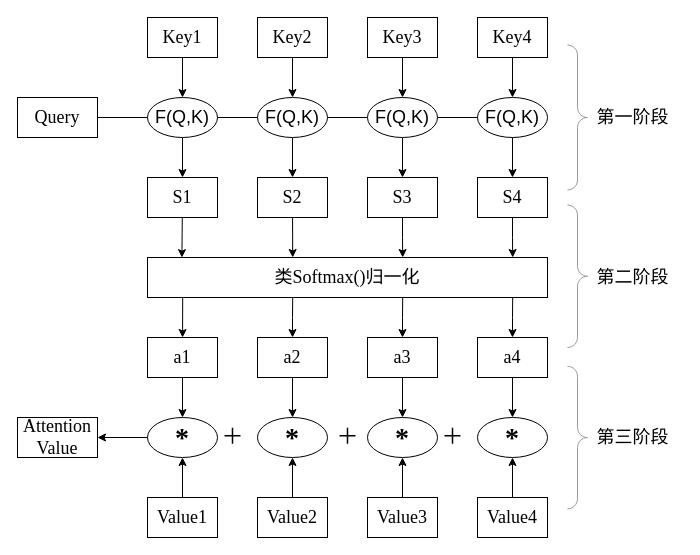
Before: 注意力机制.drawio in Abccccd/-2, a draw.io diagram. Source tidied: cells renumbered, new cells numbered last; positions are measured from the earlier drawing's top-left corner, leaving out a move shared by most shapes. Both pictures are drawn from the tidied source at 100%, with x=0, y=0 at pixel (17, 17).
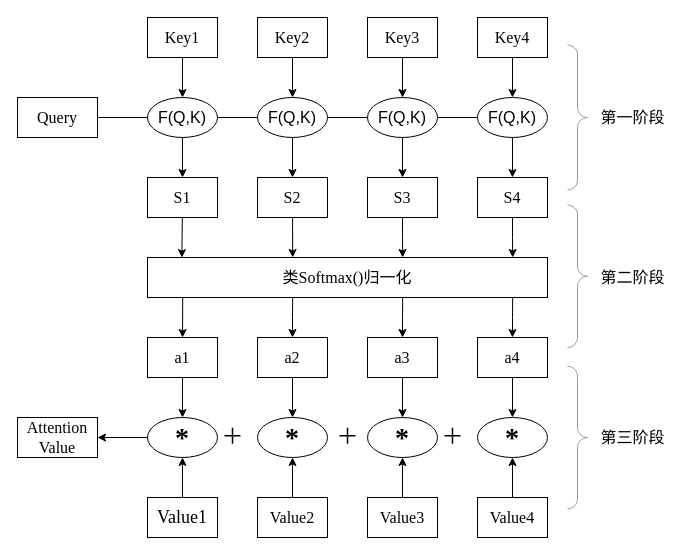
The same page after the edit.

Commit message (it also covers changes not shown here):
注意力机制.drawio

Change to the diagram source:
```diff
@@
-    <mxCell id="2" value="&lt;font face=&quot;Times New Roman&quot; style=&quot;font-size: 18px;&quot;&gt;Query&lt;/font&gt;" style="rounded=0;whiteSpace=wrap;html=1;" parent="1" vertex="1">
+    <mxCell id="2" value="&lt;font face=&quot;Times New Roman&quot; style=&quot;font-size: 16px;&quot;&gt;Query&lt;/font&gt;" style="rounded=0;whiteSpace=wrap;html=1;" parent="1" vertex="1">
       <mxGeometry y="80" width="80" height="40" as="geometry" />
     </mxCell>
-    <mxCell id="3" value="&lt;font face=&quot;Times New Roman&quot; style=&quot;font-size: 18px;&quot;&gt;Key1&lt;/font&gt;" style="rounded=0;whiteSpace=wrap;html=1;" parent="1" vertex="1">
+    <mxCell id="3" value="&lt;font face=&quot;Times New Roman&quot; style=&quot;font-size: 16px;&quot;&gt;Key1&lt;/font&gt;" style="rounded=0;whiteSpace=wrap;html=1;" parent="1" vertex="1">
       <mxGeometry x="130" width="70" height="40" as="geometry" />
     </mxCell>
-    <mxCell id="4" value="&lt;font face=&quot;Times New Roman&quot; style=&quot;font-size: 18px;&quot;&gt;Key2&lt;/font&gt;" style="rounded=0;whiteSpace=wrap;html=1;" parent="1" vertex="1">
+    <mxCell id="4" value="&lt;font face=&quot;Times New Roman&quot; style=&quot;font-size: 16px;&quot;&gt;Key2&lt;/font&gt;" style="rounded=0;whiteSpace=wrap;html=1;" parent="1" vertex="1">
       <mxGeometry x="240" width="70" height="40" as="geometry" />
     </mxCell>
-    <mxCell id="5" value="&lt;font face=&quot;Times New Roman&quot; style=&quot;font-size: 18px;&quot;&gt;Key3&lt;/font&gt;" style="rounded=0;whiteSpace=wrap;html=1;" parent="1" vertex="1">
+    <mxCell id="5" value="&lt;font face=&quot;Times New Roman&quot; style=&quot;font-size: 16px;&quot;&gt;Key3&lt;/font&gt;" style="rounded=0;whiteSpace=wrap;html=1;" parent="1" vertex="1">
       <mxGeometry x="350" width="70" height="40" as="geometry" />
     </mxCell>
-    <mxCell id="6" value="&lt;font face=&quot;Times New Roman&quot; style=&quot;font-size: 18px;&quot;&gt;Key4&lt;/font&gt;" style="rounded=0;whiteSpace=wrap;html=1;" parent="1" vertex="1">
+    <mxCell id="6" value="&lt;font face=&quot;Times New Roman&quot; style=&quot;font-size: 16px;&quot;&gt;Key4&lt;/font&gt;" style="rounded=0;whiteSpace=wrap;html=1;" parent="1" vertex="1">
       <mxGeometry x="460" width="70" height="40" as="geometry" />
     </mxCell>
@@
-    <mxCell id="8" value="&lt;font style=&quot;font-size: 18px;&quot;&gt;F(Q,K)&lt;/font&gt;" style="strokeWidth=1;html=1;shape=mxgraph.flowchart.start_1;whiteSpace=wrap;" parent="1" vertex="1">
+    <mxCell id="8" value="&lt;font style=&quot;font-size: 16px;&quot;&gt;F(Q,K)&lt;/font&gt;" style="strokeWidth=1;html=1;shape=mxgraph.flowchart.start_1;whiteSpace=wrap;" parent="1" vertex="1">
       <mxGeometry x="130" y="80" width="70" height="40" as="geometry" />
     </mxCell>
@@
-    <mxCell id="10" value="&lt;font style=&quot;font-size: 18px;&quot;&gt;F(Q,K)&lt;/font&gt;" style="strokeWidth=1;html=1;shape=mxgraph.flowchart.start_1;whiteSpace=wrap;" parent="1" vertex="1">
+    <mxCell id="10" value="&lt;font style=&quot;font-size: 16px;&quot;&gt;F(Q,K)&lt;/font&gt;" style="strokeWidth=1;html=1;shape=mxgraph.flowchart.start_1;whiteSpace=wrap;" parent="1" vertex="1">
       <mxGeometry x="240" y="80" width="70" height="40" as="geometry" />
     </mxCell>
@@
-    <mxCell id="12" value="&lt;font style=&quot;font-size: 18px;&quot;&gt;F(Q,K)&lt;/font&gt;" style="strokeWidth=1;html=1;shape=mxgraph.flowchart.start_1;whiteSpace=wrap;" parent="1" vertex="1">
+    <mxCell id="12" value="&lt;font style=&quot;font-size: 16px;&quot;&gt;F(Q,K)&lt;/font&gt;" style="strokeWidth=1;html=1;shape=mxgraph.flowchart.start_1;whiteSpace=wrap;" parent="1" vertex="1">
       <mxGeometry x="350" y="80" width="70" height="40" as="geometry" />
     </mxCell>
@@
-    <mxCell id="14" value="&lt;font style=&quot;font-size: 18px;&quot;&gt;F(Q,K)&lt;/font&gt;" style="strokeWidth=1;html=1;shape=mxgraph.flowchart.start_1;whiteSpace=wrap;" parent="1" vertex="1">
+    <mxCell id="14" value="&lt;font style=&quot;font-size: 16px;&quot;&gt;F(Q,K)&lt;/font&gt;" style="strokeWidth=1;html=1;shape=mxgraph.flowchart.start_1;whiteSpace=wrap;" parent="1" vertex="1">
       <mxGeometry x="460" y="80" width="70" height="40" as="geometry" />
     </mxCell>
-    <mxCell id="15" value="&lt;font face=&quot;Times New Roman&quot; style=&quot;font-size: 18px;&quot;&gt;S1&lt;/font&gt;" style="rounded=0;whiteSpace=wrap;html=1;" parent="1" vertex="1">
+    <mxCell id="15" value="&lt;font face=&quot;Times New Roman&quot; style=&quot;font-size: 16px;&quot;&gt;S1&lt;/font&gt;" style="rounded=0;whiteSpace=wrap;html=1;" parent="1" vertex="1">
       <mxGeometry x="130" y="160" width="70" height="40" as="geometry" />
     </mxCell>
-    <mxCell id="16" value="&lt;font face=&quot;Times New Roman&quot; style=&quot;font-size: 18px;&quot;&gt;S2&lt;/font&gt;" style="rounded=0;whiteSpace=wrap;html=1;" parent="1" vertex="1">
+    <mxCell id="16" value="&lt;font face=&quot;Times New Roman&quot; style=&quot;font-size: 16px;&quot;&gt;S2&lt;/font&gt;" style="rounded=0;whiteSpace=wrap;html=1;" parent="1" vertex="1">
       <mxGeometry x="240" y="160" width="70" height="40" as="geometry" />
     </mxCell>
-    <mxCell id="17" value="&lt;font face=&quot;Times New Roman&quot; style=&quot;font-size: 18px;&quot;&gt;S3&lt;/font&gt;" style="rounded=0;whiteSpace=wrap;html=1;" parent="1" vertex="1">
+    <mxCell id="17" value="&lt;font face=&quot;Times New Roman&quot; style=&quot;font-size: 16px;&quot;&gt;S3&lt;/font&gt;" style="rounded=0;whiteSpace=wrap;html=1;" parent="1" vertex="1">
       <mxGeometry x="350" y="160" width="70" height="40" as="geometry" />
     </mxCell>
-    <mxCell id="18" value="&lt;font face=&quot;Times New Roman&quot; style=&quot;font-size: 18px;&quot;&gt;S4&lt;/font&gt;" style="rounded=0;whiteSpace=wrap;html=1;" parent="1" vertex="1">
+    <mxCell id="18" value="&lt;font face=&quot;Times New Roman&quot; style=&quot;font-size: 16px;&quot;&gt;S4&lt;/font&gt;" style="rounded=0;whiteSpace=wrap;html=1;" parent="1" vertex="1">
       <mxGeometry x="460" y="160" width="70" height="40" as="geometry" />
     </mxCell>
-    <mxCell id="19" value="&lt;font face=&quot;Times New Roman&quot; style=&quot;font-size: 18px;&quot;&gt;类Softmax()归一化&lt;/font&gt;" style="rounded=0;whiteSpace=wrap;html=1;" parent="1" vertex="1">
+    <mxCell id="19" value="&lt;font face=&quot;Times New Roman&quot; style=&quot;font-size: 16px;&quot;&gt;类Softmax()归一化&lt;/font&gt;" style="rounded=0;whiteSpace=wrap;html=1;" parent="1" vertex="1">
       <mxGeometry x="130" y="240" width="400" height="40" as="geometry" />
     </mxCell>
-    <mxCell id="20" value="&lt;font face=&quot;Times New Roman&quot; style=&quot;font-size: 18px;&quot;&gt;a1&lt;/font&gt;" style="rounded=0;whiteSpace=wrap;html=1;" parent="1" vertex="1">
+    <mxCell id="20" value="&lt;font face=&quot;Times New Roman&quot; style=&quot;font-size: 16px;&quot;&gt;a1&lt;/font&gt;" style="rounded=0;whiteSpace=wrap;html=1;" parent="1" vertex="1">
       <mxGeometry x="130" y="320" width="70" height="40" as="geometry" />
     </mxCell>
-    <mxCell id="21" value="&lt;font face=&quot;Times New Roman&quot; style=&quot;font-size: 18px;&quot;&gt;a2&lt;/font&gt;" style="rounded=0;whiteSpace=wrap;html=1;" parent="1" vertex="1">
+    <mxCell id="21" value="&lt;font face=&quot;Times New Roman&quot; style=&quot;font-size: 16px;&quot;&gt;a2&lt;/font&gt;" style="rounded=0;whiteSpace=wrap;html=1;" parent="1" vertex="1">
       <mxGeometry x="240" y="320" width="70" height="40" as="geometry" />
     </mxCell>
-    <mxCell id="22" value="&lt;font face=&quot;Times New Roman&quot; style=&quot;font-size: 18px;&quot;&gt;a3&lt;/font&gt;" style="rounded=0;whiteSpace=wrap;html=1;" parent="1" vertex="1">
+    <mxCell id="22" value="&lt;font face=&quot;Times New Roman&quot; style=&quot;font-size: 16px;&quot;&gt;a3&lt;/font&gt;" style="rounded=0;whiteSpace=wrap;html=1;" parent="1" vertex="1">
       <mxGeometry x="350" y="320" width="70" height="40" as="geometry" />
     </mxCell>
-    <mxCell id="23" value="&lt;font face=&quot;Times New Roman&quot; style=&quot;font-size: 18px;&quot;&gt;a4&lt;/font&gt;" style="rounded=0;whiteSpace=wrap;html=1;" parent="1" vertex="1">
+    <mxCell id="23" value="&lt;font face=&quot;Times New Roman&quot; style=&quot;font-size: 16px;&quot;&gt;a4&lt;/font&gt;" style="rounded=0;whiteSpace=wrap;html=1;" parent="1" vertex="1">
       <mxGeometry x="460" y="320" width="70" height="40" as="geometry" />
     </mxCell>
@@
-    <mxCell id="29" value="&lt;font face=&quot;Times New Roman&quot; style=&quot;font-size: 18px;&quot;&gt;Value2&lt;/font&gt;" style="rounded=0;whiteSpace=wrap;html=1;" parent="1" vertex="1">
+    <mxCell id="29" value="&lt;font face=&quot;Times New Roman&quot; style=&quot;font-size: 16px;&quot;&gt;Value2&lt;/font&gt;" style="rounded=0;whiteSpace=wrap;html=1;" parent="1" vertex="1">
       <mxGeometry x="240" y="480" width="70" height="40" as="geometry" />
     </mxCell>
-    <mxCell id="30" value="&lt;font face=&quot;Times New Roman&quot; style=&quot;font-size: 18px;&quot;&gt;Value3&lt;/font&gt;" style="rounded=0;whiteSpace=wrap;html=1;" parent="1" vertex="1">
+    <mxCell id="30" value="&lt;font face=&quot;Times New Roman&quot; style=&quot;font-size: 16px;&quot;&gt;Value3&lt;/font&gt;" style="rounded=0;whiteSpace=wrap;html=1;" parent="1" vertex="1">
       <mxGeometry x="350" y="480" width="70" height="40" as="geometry" />
     </mxCell>
-    <mxCell id="31" value="&lt;font face=&quot;Times New Roman&quot; style=&quot;font-size: 18px;&quot;&gt;Value4&lt;/font&gt;" style="rounded=0;whiteSpace=wrap;html=1;" parent="1" vertex="1">
+    <mxCell id="31" value="&lt;font face=&quot;Times New Roman&quot; style=&quot;font-size: 16px;&quot;&gt;Value4&lt;/font&gt;" style="rounded=0;whiteSpace=wrap;html=1;" parent="1" vertex="1">
       <mxGeometry x="460" y="480" width="70" height="40" as="geometry" />
     </mxCell>
@@
-    <mxCell id="33" value="&lt;font face=&quot;Times New Roman&quot; style=&quot;font-size: 18px;&quot;&gt;Attention&lt;/font&gt;&lt;div&gt;&lt;font face=&quot;Times New Roman&quot; style=&quot;font-size: 18px;&quot;&gt;Value&lt;/font&gt;&lt;/div&gt;" style="rounded=0;whiteSpace=wrap;html=1;" parent="1" vertex="1">
+    <mxCell id="33" value="&lt;font face=&quot;Times New Roman&quot; style=&quot;font-size: 16px;&quot;&gt;Attention&lt;/font&gt;&lt;div&gt;&lt;font face=&quot;Times New Roman&quot; style=&quot;font-size: 16px;&quot;&gt;Value&lt;/font&gt;&lt;/div&gt;" style="rounded=0;whiteSpace=wrap;html=1;" parent="1" vertex="1">
       <mxGeometry y="400" width="80" height="40" as="geometry" />
     </mxCell>
@@
-    <mxCell id="37" value="&lt;font style=&quot;font-size: 18px;&quot;&gt;第一阶段&lt;/font&gt;" style="text;html=1;align=center;verticalAlign=middle;strokeColor=none;fillColor=none;" parent="1" vertex="1">
-      <mxGeometry x="565" y="80" width="100" height="40" as="geometry" />
+    <mxCell id="37" value="&lt;font style=&quot;font-size: 16px;&quot;&gt;第一阶段&lt;/font&gt;" style="text;html=1;align=center;verticalAlign=middle;strokeColor=none;fillColor=none;" parent="1" vertex="1">
+      <mxGeometry x="570" y="85" width="90" height="30" as="geometry" />
     </mxCell>
-    <mxCell id="38" value="&lt;font style=&quot;font-size: 18px;&quot;&gt;第二阶段&lt;/font&gt;" style="text;html=1;align=center;verticalAlign=middle;strokeColor=none;fillColor=none;" parent="1" vertex="1">
-      <mxGeometry x="565" y="240" width="100" height="40" as="geometry" />
+    <mxCell id="38" value="&lt;font style=&quot;font-size: 16px;&quot;&gt;第二阶段&lt;/font&gt;" style="text;html=1;align=center;verticalAlign=middle;strokeColor=none;fillColor=none;" parent="1" vertex="1">
+      <mxGeometry x="570" y="245" width="90" height="30" as="geometry" />
     </mxCell>
-    <mxCell id="39" value="&lt;font style=&quot;font-size: 18px;&quot;&gt;第三阶段&lt;/font&gt;" style="text;html=1;align=center;verticalAlign=middle;strokeColor=none;fillColor=none;" parent="1" vertex="1">
-      <mxGeometry x="565" y="400" width="100" height="40" as="geometry" />
+    <mxCell id="39" value="&lt;font style=&quot;font-size: 16px;&quot;&gt;第三阶段&lt;/font&gt;" style="text;html=1;align=center;verticalAlign=middle;strokeColor=none;fillColor=none;" parent="1" vertex="1">
+      <mxGeometry x="570" y="405" width="90" height="30" as="geometry" />
     </mxCell>
```
